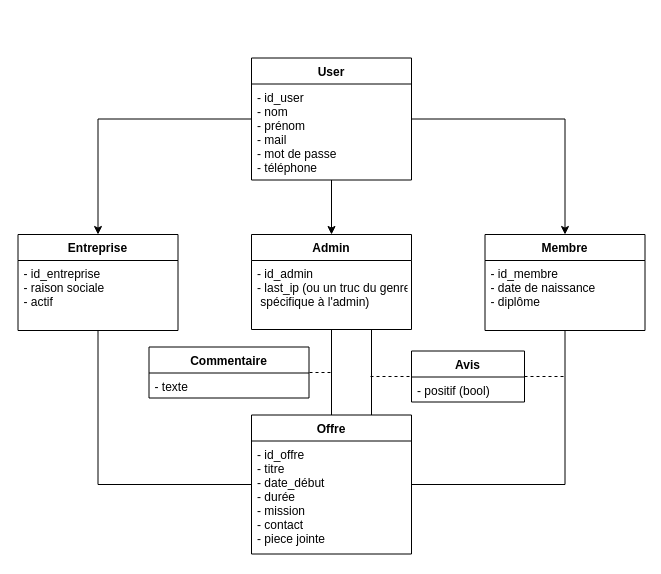
The draw.io diagram BDD.drawio in LenhardErwan/InternshipManager, before the edit. Source tidied: cells renumbered, new cells numbered last; positions are measured from the earlier drawing's top-left corner, leaving out a move shared by most shapes. Both pictures are drawn from the tidied source at 100%, with x=0, y=0 at pixel (18, 58).
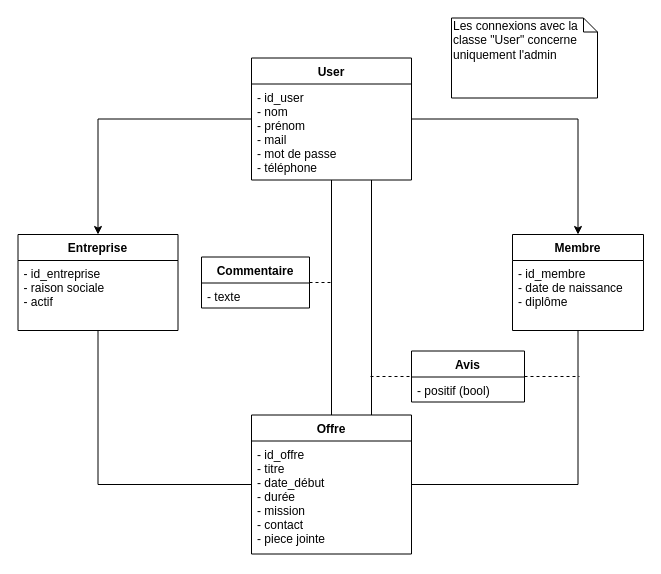
The same diagram, later.

Unchanged cells that the change refers to:
```xml
<mxCell id="5" value="User" style="swimlane;fontStyle=1;align=center;verticalAlign=top;horizontal=1;startSize=26;" parent="1" vertex="1">
  <mxGeometry x="233" y="-0.5" width="160" height="122" as="geometry" />
</mxCell>
<mxCell id="17" value="Offre" style="swimlane;fontStyle=1;align=center;verticalAlign=top;horizontal=1;startSize=26;" parent="1" vertex="1">
  <mxGeometry x="233" y="356.5" width="160" height="139" as="geometry" />
</mxCell>
```

Change to the diagram source:
```diff
@@
-    <mxCell id="4" style="edgeStyle=orthogonalEdgeStyle;rounded=0;jettySize=auto;html=1;" parent="1" edge="1" source="5" target="9">
-      <mxGeometry relative="1" as="geometry" />
-    </mxCell>
@@
-    <mxCell id="7" style="edgeStyle=orthogonalEdgeStyle;rounded=0;jettySize=auto;html=1;entryX=0.5;entryY=0;entryDx=0;entryDy=0;endArrow=none;endFill=0;exitX=0.5;exitY=1;exitDx=0;exitDy=0;" parent="1" edge="1" source="9" target="17">
+    <mxCell id="7" style="edgeStyle=orthogonalEdgeStyle;rounded=0;jettySize=auto;html=1;entryX=0.5;entryY=0;entryDx=0;entryDy=0;endArrow=none;endFill=0;exitX=0.5;exitY=1;exitDx=0;exitDy=0;" parent="1" edge="1" source="5" target="17">
       <mxGeometry relative="1" as="geometry" />
     </mxCell>
-    <mxCell id="8" style="edgeStyle=orthogonalEdgeStyle;rounded=0;jettySize=auto;html=1;entryX=0.75;entryY=0;entryDx=0;entryDy=0;endArrow=none;endFill=0;exitX=0.75;exitY=1;exitDx=0;exitDy=0;" parent="1" edge="1" source="9" target="17">
+    <mxCell id="8" style="edgeStyle=orthogonalEdgeStyle;rounded=0;jettySize=auto;html=1;entryX=0.75;entryY=0;entryDx=0;entryDy=0;endArrow=none;endFill=0;exitX=0.75;exitY=1;exitDx=0;exitDy=0;" parent="1" edge="1" source="5" target="17">
       <mxGeometry relative="1" as="geometry" />
     </mxCell>
-    <mxCell id="9" value="Admin" style="swimlane;fontStyle=1;align=center;verticalAlign=top;horizontal=1;startSize=26;" parent="1" vertex="1">
-      <mxGeometry x="233" y="176" width="160" height="95" as="geometry" />
-    </mxCell>
-    <mxCell id="10" value="- id_admin&#10;- last_ip (ou un truc du genre&#10; spécifique à l'admin)&#10;" style="text;strokeColor=none;fillColor=none;align=left;verticalAlign=top;spacingLeft=4;spacingRight=4;overflow=hidden;" parent="9" vertex="1">
-      <mxGeometry y="26" width="160" height="69" as="geometry" />
-    </mxCell>
@@
     <mxCell id="12" value="Membre" style="swimlane;fontStyle=1;align=center;verticalAlign=top;horizontal=1;startSize=26;" parent="1" vertex="1">
-      <mxGeometry x="466.5" y="176" width="160" height="96" as="geometry" />
+      <mxGeometry x="494" y="176" width="131" height="96" as="geometry" />
     </mxCell>
     <mxCell id="13" value="- id_membre&#10;- date de naissance&#10;- diplôme" style="text;strokeColor=none;fillColor=none;align=left;verticalAlign=top;spacingLeft=4;spacingRight=4;overflow=hidden;" parent="12" vertex="1">
-      <mxGeometry y="26" width="160" height="70" as="geometry" />
+      <mxGeometry y="26" width="131" height="70" as="geometry" />
     </mxCell>
@@
     <mxCell id="19" value="Commentaire" style="swimlane;fontStyle=1;align=center;verticalAlign=top;horizontal=1;startSize=26;" parent="1" vertex="1">
-      <mxGeometry x="130.5" y="288.5" width="160" height="51" as="geometry" />
+      <mxGeometry x="183" y="198.5" width="108" height="51" as="geometry" />
     </mxCell>
     <mxCell id="20" value="- texte" style="text;strokeColor=none;fillColor=none;align=left;verticalAlign=top;spacingLeft=4;spacingRight=4;overflow=hidden;" parent="19" vertex="1">
-      <mxGeometry y="26" width="160" height="25" as="geometry" />
+      <mxGeometry y="26" width="108" height="25" as="geometry" />
     </mxCell>
     <mxCell id="21" style="line;strokeWidth=1;fillColor=none;align=left;verticalAlign=middle;spacingTop=-1;spacingLeft=3;spacingRight=3;labelPosition=right;dashed=1;" parent="1" vertex="1">
-      <mxGeometry x="291" y="310" width="21" height="8" as="geometry" />
+      <mxGeometry x="291" y="220" width="21" height="8" as="geometry" />
     </mxCell>
@@
-    <mxCell id="25" style="line;strokeWidth=1;fillColor=none;align=left;verticalAlign=middle;spacingTop=-1;spacingLeft=3;spacingRight=3;labelPosition=right;dashed=1;" parent="1" vertex="1">
-      <mxGeometry x="506" y="314" width="40" height="8" as="geometry" />
-    </mxCell>
+    <mxCell id="26" style="line;strokeWidth=1;fillColor=none;align=left;verticalAlign=middle;spacingTop=-1;spacingLeft=3;spacingRight=3;labelPosition=right;dashed=1;" parent="1" vertex="1">
+      <mxGeometry x="506" y="314" width="55" height="8" as="geometry" />
+    </mxCell>
+    <mxCell id="27" value="Les connexions avec la classe &quot;User&quot; concerne uniquement l'admin" style="shape=note;whiteSpace=wrap;html=1;size=14;verticalAlign=top;align=left;spacingTop=-6;" parent="1" vertex="1">
+      <mxGeometry x="433" y="-40.5" width="146" height="80" as="geometry" />
+    </mxCell>
```
